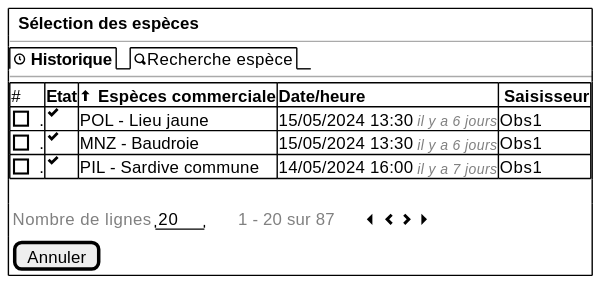
Earlier version of the PlantUML export projects/obsvente/spe/images/random-add.svg (sumaris-net/sumaris-doc). Its source is kept beside it as projects/obsvente/spe/images/random-add.puml.
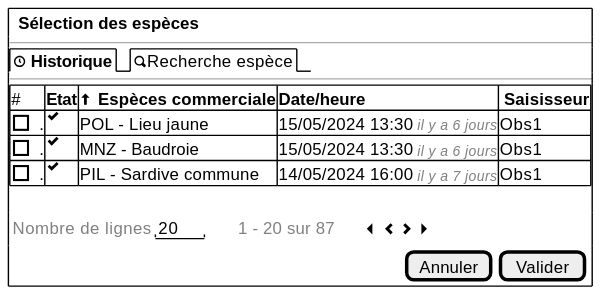
The same file after the commit.

Diff of the diagram source:
```diff
@@ -15,7 +15,7 @@
     {
        { <font color=grey>Nombre de lignes</font> |  " 20 "  | . | . | . | . | <font color=grey>1 - 20 sur 87 | . | . | . | . | <&caret-left> <&chevron-left> <&chevron-right> <&caret-right> }
     }
-    { [Annuler] }
+    { . | . | . | . | . | . | . | . | . | . | . | . | . | . | . | . | . | . | . | . | . | . | . | . | . | . | . | . | . | . | . | . | . | . | . | . | . | . | . | . | . | . | . | . | . | . | . | . | . | . | . | . | . | . | . | . |[Annuler] | [Valider] }
     }
  }
 @endsalt
```
